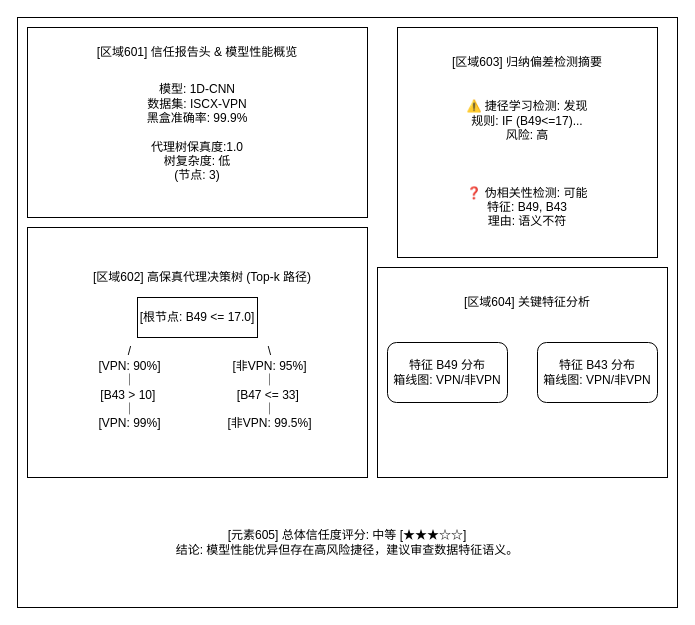
Above: 06.drawio in Jerrywjr/ISE_microfossil (draw.io), before the change. Source tidied: cells renumbered, new cells numbered last; positions are measured from the earlier drawing's top-left corner, leaving out a move shared by most shapes. Both pictures are drawn from the tidied source at 100%, with x=0, y=0 at pixel (17, 17).
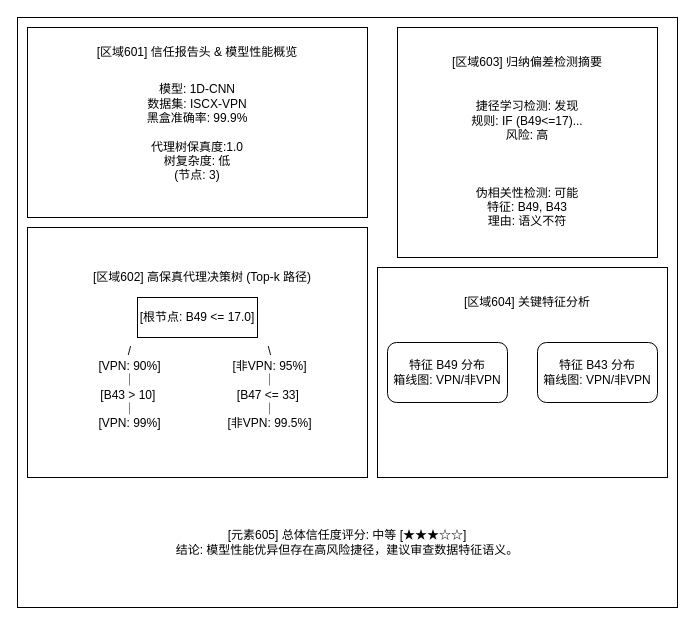
Above is the later version.

Diff of the diagram source:
```diff
@@
 <mxGraphModel>
   <root>
     <mxCell id="0" />
     <mxCell id="1" parent="0" />
     <mxCell id="2" style="rounded=0;whiteSpace=wrap;html=1;fillColor=none;" parent="1" vertex="1">
       <mxGeometry width="660" height="590" as="geometry" />
     </mxCell>
     <mxCell id="3" style="rounded=0;whiteSpace=wrap;html=1;fillColor=none;" parent="1" vertex="1">
       <mxGeometry x="10" y="10" width="340" height="190" as="geometry" />
     </mxCell>
     <mxCell id="4" value="[区域601] 信任报告头 &amp;amp; 模型性能概览" style="text;html=1;whiteSpace=wrap;strokeColor=none;fillColor=none;align=center;verticalAlign=middle;rounded=0;" parent="1" vertex="1">
       <mxGeometry x="55" y="20" width="250" height="30" as="geometry" />
     </mxCell>
     <mxCell id="5" value="&lt;div&gt;模型: 1D-CNN&lt;/div&gt;&lt;div&gt;数据集: ISCX-VPN&lt;/div&gt;&lt;div&gt;黑盒准确率: 99.9%&lt;/div&gt;&lt;div&gt;&lt;br&gt;&lt;/div&gt;&lt;div&gt;代理树保真度:1.0&lt;/div&gt;&lt;div&gt;树复杂度: 低&lt;/div&gt;&lt;div&gt;(节点: 3)&lt;/div&gt;" style="text;html=1;whiteSpace=wrap;strokeColor=none;fillColor=none;align=center;verticalAlign=middle;rounded=0;" parent="1" vertex="1">
       <mxGeometry x="75" y="50" width="210" height="130" as="geometry" />
     </mxCell>
     <mxCell id="6" value="[区域602] 高保真代理决策树 (Top-k 路径)" style="text;html=1;whiteSpace=wrap;strokeColor=none;fillColor=none;align=center;verticalAlign=middle;rounded=0;" parent="1" vertex="1">
       <mxGeometry x="65" y="230" width="240" height="60" as="geometry" />
     </mxCell>
     <mxCell id="7" style="rounded=0;whiteSpace=wrap;html=1;fillColor=none;" parent="1" vertex="1">
       <mxGeometry x="10" y="210" width="340" height="250" as="geometry" />
     </mxCell>
     <mxCell id="8" value="[根节点: B49 &amp;lt;= 17.0]" style="rounded=0;whiteSpace=wrap;html=1;fillColor=none;" parent="1" vertex="1">
       <mxGeometry x="120" y="280" width="120" height="40" as="geometry" />
     </mxCell>
     <mxCell id="9" value="/&lt;div&gt;[VPN: 90%]&lt;div&gt;｜&lt;/div&gt;&lt;div&gt;[B43 &amp;gt; 10]&amp;nbsp;&lt;/div&gt;&lt;div&gt;｜&lt;/div&gt;&lt;div&gt;[VPN: 99%]&lt;/div&gt;&lt;/div&gt;" style="text;html=1;whiteSpace=wrap;strokeColor=none;fillColor=none;align=center;verticalAlign=middle;rounded=0;" parent="1" vertex="1">
       <mxGeometry x="50" y="320" width="125" height="100" as="geometry" />
     </mxCell>
     <mxCell id="10" value="\&lt;br&gt;&lt;div&gt;[非VPN: 95%]&lt;div&gt;｜&lt;/div&gt;&lt;div&gt;[B47 &amp;lt;= 33]&amp;nbsp;&lt;/div&gt;&lt;div&gt;｜&lt;/div&gt;&lt;div&gt;[非VPN: 99.5%]&lt;/div&gt;&lt;/div&gt;" style="text;html=1;whiteSpace=wrap;strokeColor=none;fillColor=none;align=center;verticalAlign=middle;rounded=0;" parent="1" vertex="1">
       <mxGeometry x="190" y="320" width="125" height="100" as="geometry" />
     </mxCell>
     <mxCell id="11" value="[区域603] 归纳偏差检测摘要" style="text;html=1;whiteSpace=wrap;strokeColor=none;fillColor=none;align=center;verticalAlign=middle;rounded=0;" parent="1" vertex="1">
       <mxGeometry x="420" y="30" width="180" height="30" as="geometry" />
     </mxCell>
-    <mxCell id="12" value="&lt;div&gt;&lt;br&gt;&lt;/div&gt;&lt;div&gt;&lt;br&gt;&lt;/div&gt;&lt;div&gt;&lt;br&gt;&lt;/div&gt;&lt;div&gt;⚠️ 捷径学习检测: 发现&lt;/div&gt;&lt;div&gt;规则: IF (B49&amp;lt;=17)...&lt;/div&gt;&lt;div&gt;风险: 高&lt;/div&gt;&lt;div&gt;&lt;br&gt;&lt;/div&gt;&lt;div&gt;&lt;br&gt;&lt;/div&gt;&lt;div&gt;&lt;br&gt;&lt;/div&gt;&lt;div&gt;❓ 伪相关性检测: 可能&lt;/div&gt;&lt;div&gt;特征: B49, B43&lt;/div&gt;&lt;div&gt;理由: 语义不符&lt;/div&gt;" style="rounded=0;whiteSpace=wrap;html=1;fillColor=none;" parent="1" vertex="1">
+    <mxCell id="12" value="&lt;div&gt;&lt;br&gt;&lt;/div&gt;&lt;div&gt;&lt;br&gt;&lt;/div&gt;&lt;div&gt;&lt;br&gt;&lt;/div&gt;&lt;div&gt;捷径学习检测: 发现&lt;/div&gt;&lt;div&gt;规则: IF (B49&amp;lt;=17)...&lt;/div&gt;&lt;div&gt;风险: 高&lt;/div&gt;&lt;div&gt;&lt;br&gt;&lt;/div&gt;&lt;div&gt;&lt;br&gt;&lt;/div&gt;&lt;div&gt;&lt;br&gt;&lt;/div&gt;&lt;div&gt;伪相关性检测: 可能&lt;/div&gt;&lt;div&gt;特征: B49, B43&lt;/div&gt;&lt;div&gt;理由: 语义不符&lt;/div&gt;" style="rounded=0;whiteSpace=wrap;html=1;fillColor=none;" parent="1" vertex="1">
       <mxGeometry x="380" y="10" width="260" height="230" as="geometry" />
     </mxCell>
     <mxCell id="13" style="rounded=0;whiteSpace=wrap;html=1;fillColor=none;" parent="1" vertex="1">
       <mxGeometry x="360" y="250" width="290" height="210" as="geometry" />
     </mxCell>
     <mxCell id="14" value="[区域604] 关键特征分析" style="text;html=1;whiteSpace=wrap;strokeColor=none;fillColor=none;align=center;verticalAlign=middle;rounded=0;" parent="1" vertex="1">
       <mxGeometry x="425" y="270" width="170" height="30" as="geometry" />
     </mxCell>
     <mxCell id="15" value="&lt;div&gt;特征 B49 分布&lt;/div&gt;&lt;div&gt;箱线图: VPN/非VPN&lt;/div&gt;" style="rounded=1;whiteSpace=wrap;html=1;fillColor=none;" parent="1" vertex="1">
       <mxGeometry x="370" y="325" width="120" height="60" as="geometry" />
     </mxCell>
     <mxCell id="16" value="&lt;div&gt;特征 B43 分布&lt;/div&gt;&lt;div&gt;箱线图: VPN/非VPN&lt;/div&gt;" style="rounded=1;whiteSpace=wrap;html=1;fillColor=none;" parent="1" vertex="1">
       <mxGeometry x="520" y="325" width="120" height="60" as="geometry" />
     </mxCell>
     <mxCell id="17" value="&lt;div&gt;[元素605] 总体信任度评分: 中等 [★★★☆☆]&lt;/div&gt;&lt;div&gt;结论: 模型性能优异但存在高风险捷径，建议审查数据特征语义。&lt;/div&gt;" style="text;html=1;whiteSpace=wrap;strokeColor=none;fillColor=none;align=center;verticalAlign=middle;rounded=0;" parent="1" vertex="1">
       <mxGeometry x="90" y="500" width="480" height="50" as="geometry" />
     </mxCell>
   </root>
 </mxGraphModel>
```
